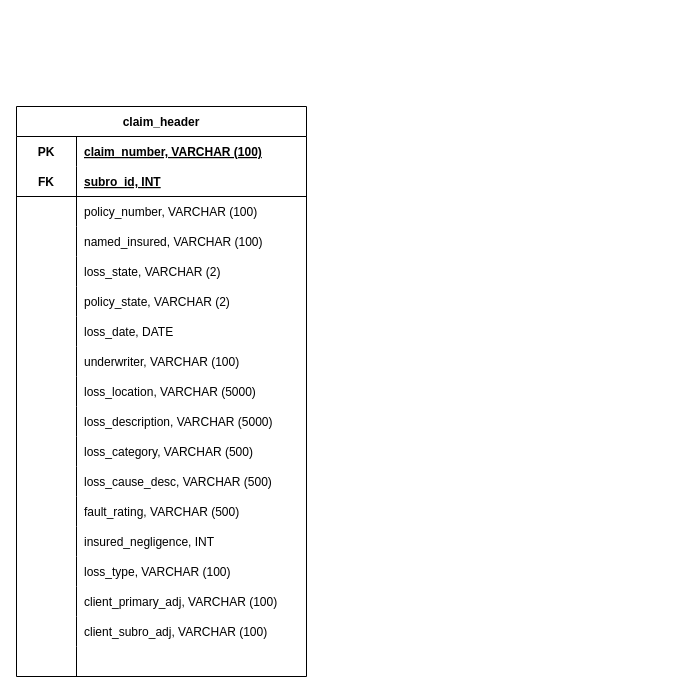
The draw.io diagram Untitled Diagram.drawio in houstonhag/subro-arb, before the edit. Source tidied: cells renumbered, new cells numbered last; positions are measured from the earlier drawing's top-left corner, leaving out a move shared by most shapes. Both pictures are drawn from the tidied source at 100%, with x=0, y=0 at pixel (16, 106).
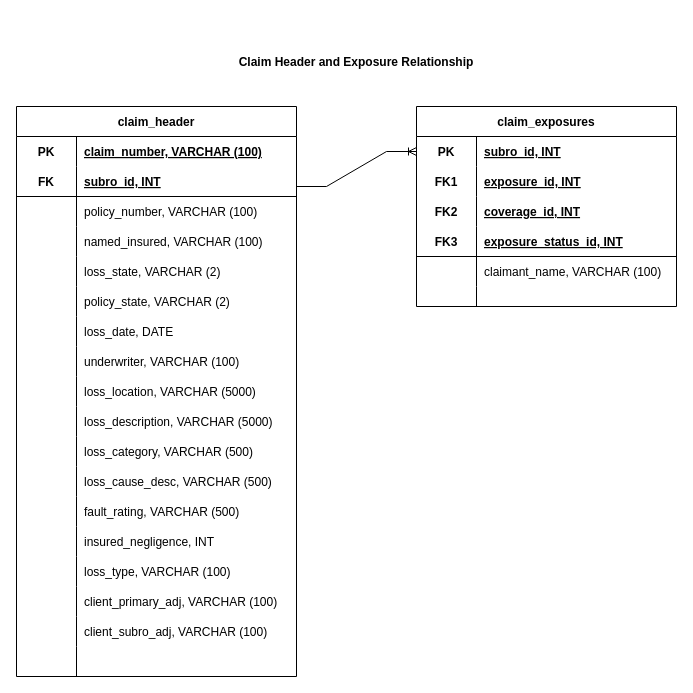
The same diagram, later.

The edit, as a diff of the source:
```diff
@@
     <mxCell id="2" value="claim_header" style="shape=table;startSize=30;childLayout=tableLayout;rowLines=0;fontStyle=1;align=center;" parent="1" vertex="1">
-      <mxGeometry width="290" height="570" as="geometry" />
+      <mxGeometry width="280" height="570" as="geometry" />
     </mxCell>
     <mxCell id="3" style="shape=tableRow;horizontal=0;startSize=0;swimlaneHead=0;swimlaneBody=0;fillColor=none;top=0;left=0;right=0;bottom=0;" parent="2" vertex="1">
-      <mxGeometry y="30" width="290" height="30" as="geometry" />
+      <mxGeometry y="30" width="280" height="30" as="geometry" />
     </mxCell>
@@
     <mxCell id="5" value="claim_number, VARCHAR (100)" style="shape=partialRectangle;fillColor=none;top=0;left=0;bottom=0;right=0;align=left;spacingLeft=6;fontStyle=5;overflow=hidden;" parent="3" vertex="1">
-      <mxGeometry x="60" width="230" height="30" as="geometry" />
+      <mxGeometry x="60" width="220" height="30" as="geometry" />
     </mxCell>
     <mxCell id="6" style="shape=tableRow;horizontal=0;startSize=0;swimlaneHead=0;swimlaneBody=0;fillColor=none;top=0;left=0;right=0;bottom=1;" parent="2" vertex="1">
-      <mxGeometry y="60" width="290" height="30" as="geometry" />
+      <mxGeometry y="60" width="280" height="30" as="geometry" />
     </mxCell>
@@
     <mxCell id="8" value="subro_id, INT" style="shape=partialRectangle;fillColor=none;top=0;left=0;bottom=0;right=0;align=left;spacingLeft=6;fontStyle=5;overflow=hidden;" parent="6" vertex="1">
-      <mxGeometry x="60" width="230" height="30" as="geometry" />
+      <mxGeometry x="60" width="220" height="30" as="geometry" />
     </mxCell>
     <mxCell id="9" style="shape=tableRow;horizontal=0;startSize=0;swimlaneHead=0;swimlaneBody=0;fillColor=none;top=0;left=0;right=0;bottom=0;" parent="2" vertex="1">
-      <mxGeometry y="90" width="290" height="30" as="geometry" />
+      <mxGeometry y="90" width="280" height="30" as="geometry" />
     </mxCell>
@@
     <mxCell id="11" value="policy_number, VARCHAR (100)" style="shape=partialRectangle;fillColor=none;top=0;left=0;bottom=0;right=0;align=left;spacingLeft=6;overflow=hidden;" parent="9" vertex="1">
-      <mxGeometry x="60" width="230" height="30" as="geometry" />
+      <mxGeometry x="60" width="220" height="30" as="geometry" />
     </mxCell>
     <mxCell id="12" style="shape=tableRow;horizontal=0;startSize=0;swimlaneHead=0;swimlaneBody=0;fillColor=none;top=0;left=0;right=0;bottom=0;" parent="2" vertex="1">
-      <mxGeometry y="120" width="290" height="30" as="geometry" />
+      <mxGeometry y="120" width="280" height="30" as="geometry" />
     </mxCell>
@@
     <mxCell id="14" value="named_insured, VARCHAR (100)" style="shape=partialRectangle;fillColor=none;top=0;left=0;bottom=0;right=0;align=left;spacingLeft=6;overflow=hidden;" parent="12" vertex="1">
-      <mxGeometry x="60" width="230" height="30" as="geometry" />
+      <mxGeometry x="60" width="220" height="30" as="geometry" />
     </mxCell>
     <mxCell id="15" style="shape=tableRow;horizontal=0;startSize=0;swimlaneHead=0;swimlaneBody=0;fillColor=none;top=0;left=0;right=0;bottom=0;" parent="2" vertex="1">
-      <mxGeometry y="150" width="290" height="30" as="geometry" />
+      <mxGeometry y="150" width="280" height="30" as="geometry" />
     </mxCell>
@@
     <mxCell id="17" value="loss_state, VARCHAR (2)" style="shape=partialRectangle;fillColor=none;top=0;left=0;bottom=0;right=0;align=left;spacingLeft=6;overflow=hidden;" parent="15" vertex="1">
-      <mxGeometry x="60" width="230" height="30" as="geometry" />
+      <mxGeometry x="60" width="220" height="30" as="geometry" />
     </mxCell>
     <mxCell id="18" style="shape=tableRow;horizontal=0;startSize=0;swimlaneHead=0;swimlaneBody=0;fillColor=none;top=0;left=0;right=0;bottom=0;" parent="2" vertex="1">
-      <mxGeometry y="180" width="290" height="30" as="geometry" />
+      <mxGeometry y="180" width="280" height="30" as="geometry" />
     </mxCell>
@@
     <mxCell id="20" value="policy_state, VARCHAR (2)" style="shape=partialRectangle;fillColor=none;top=0;left=0;bottom=0;right=0;align=left;spacingLeft=6;overflow=hidden;" parent="18" vertex="1">
-      <mxGeometry x="60" width="230" height="30" as="geometry" />
+      <mxGeometry x="60" width="220" height="30" as="geometry" />
     </mxCell>
     <mxCell id="21" style="shape=tableRow;horizontal=0;startSize=0;swimlaneHead=0;swimlaneBody=0;fillColor=none;top=0;left=0;right=0;bottom=0;" parent="2" vertex="1">
-      <mxGeometry y="210" width="290" height="30" as="geometry" />
+      <mxGeometry y="210" width="280" height="30" as="geometry" />
     </mxCell>
@@
     <mxCell id="23" value="loss_date, DATE" style="shape=partialRectangle;fillColor=none;top=0;left=0;bottom=0;right=0;align=left;spacingLeft=6;overflow=hidden;" parent="21" vertex="1">
-      <mxGeometry x="60" width="230" height="30" as="geometry" />
+      <mxGeometry x="60" width="220" height="30" as="geometry" />
     </mxCell>
     <mxCell id="24" style="shape=tableRow;horizontal=0;startSize=0;swimlaneHead=0;swimlaneBody=0;fillColor=none;top=0;left=0;right=0;bottom=0;" parent="2" vertex="1">
-      <mxGeometry y="240" width="290" height="30" as="geometry" />
+      <mxGeometry y="240" width="280" height="30" as="geometry" />
     </mxCell>
@@
     <mxCell id="26" value="underwriter, VARCHAR (100)" style="shape=partialRectangle;fillColor=none;top=0;left=0;bottom=0;right=0;align=left;spacingLeft=6;overflow=hidden;" parent="24" vertex="1">
-      <mxGeometry x="60" width="230" height="30" as="geometry" />
+      <mxGeometry x="60" width="220" height="30" as="geometry" />
     </mxCell>
     <mxCell id="27" style="shape=tableRow;horizontal=0;startSize=0;swimlaneHead=0;swimlaneBody=0;fillColor=none;top=0;left=0;right=0;bottom=0;" parent="2" vertex="1">
-      <mxGeometry y="270" width="290" height="30" as="geometry" />
+      <mxGeometry y="270" width="280" height="30" as="geometry" />
     </mxCell>
@@
     <mxCell id="29" value="loss_location, VARCHAR (5000)" style="shape=partialRectangle;fillColor=none;top=0;left=0;bottom=0;right=0;align=left;spacingLeft=6;overflow=hidden;" parent="27" vertex="1">
-      <mxGeometry x="60" width="230" height="30" as="geometry" />
+      <mxGeometry x="60" width="220" height="30" as="geometry" />
     </mxCell>
     <mxCell id="30" style="shape=tableRow;horizontal=0;startSize=0;swimlaneHead=0;swimlaneBody=0;fillColor=none;top=0;left=0;right=0;bottom=0;" parent="2" vertex="1">
-      <mxGeometry y="300" width="290" height="30" as="geometry" />
+      <mxGeometry y="300" width="280" height="30" as="geometry" />
     </mxCell>
@@
     <mxCell id="32" value="loss_description, VARCHAR (5000)" style="shape=partialRectangle;fillColor=none;top=0;left=0;bottom=0;right=0;align=left;spacingLeft=6;overflow=hidden;" parent="30" vertex="1">
-      <mxGeometry x="60" width="230" height="30" as="geometry" />
+      <mxGeometry x="60" width="220" height="30" as="geometry" />
     </mxCell>
     <mxCell id="33" style="shape=tableRow;horizontal=0;startSize=0;swimlaneHead=0;swimlaneBody=0;fillColor=none;top=0;left=0;right=0;bottom=0;" parent="2" vertex="1">
-      <mxGeometry y="330" width="290" height="30" as="geometry" />
+      <mxGeometry y="330" width="280" height="30" as="geometry" />
     </mxCell>
@@
     <mxCell id="35" value="loss_category, VARCHAR (500)" style="shape=partialRectangle;fillColor=none;top=0;left=0;bottom=0;right=0;align=left;spacingLeft=6;overflow=hidden;" parent="33" vertex="1">
-      <mxGeometry x="60" width="230" height="30" as="geometry" />
+      <mxGeometry x="60" width="220" height="30" as="geometry" />
     </mxCell>
     <mxCell id="36" style="shape=tableRow;horizontal=0;startSize=0;swimlaneHead=0;swimlaneBody=0;fillColor=none;top=0;left=0;right=0;bottom=0;" parent="2" vertex="1">
-      <mxGeometry y="360" width="290" height="30" as="geometry" />
+      <mxGeometry y="360" width="280" height="30" as="geometry" />
     </mxCell>
@@
     <mxCell id="38" value="loss_cause_desc, VARCHAR (500)" style="shape=partialRectangle;fillColor=none;top=0;left=0;bottom=0;right=0;align=left;spacingLeft=6;overflow=hidden;" parent="36" vertex="1">
-      <mxGeometry x="60" width="230" height="30" as="geometry" />
+      <mxGeometry x="60" width="220" height="30" as="geometry" />
     </mxCell>
     <mxCell id="39" style="shape=tableRow;horizontal=0;startSize=0;swimlaneHead=0;swimlaneBody=0;fillColor=none;top=0;left=0;right=0;bottom=0;" parent="2" vertex="1">
-      <mxGeometry y="390" width="290" height="30" as="geometry" />
+      <mxGeometry y="390" width="280" height="30" as="geometry" />
     </mxCell>
@@
     <mxCell id="41" value="fault_rating, VARCHAR (500)" style="shape=partialRectangle;fillColor=none;top=0;left=0;bottom=0;right=0;align=left;spacingLeft=6;overflow=hidden;" parent="39" vertex="1">
-      <mxGeometry x="60" width="230" height="30" as="geometry" />
+      <mxGeometry x="60" width="220" height="30" as="geometry" />
     </mxCell>
     <mxCell id="42" style="shape=tableRow;horizontal=0;startSize=0;swimlaneHead=0;swimlaneBody=0;fillColor=none;top=0;left=0;right=0;bottom=0;" parent="2" vertex="1">
-      <mxGeometry y="420" width="290" height="30" as="geometry" />
+      <mxGeometry y="420" width="280" height="30" as="geometry" />
     </mxCell>
@@
     <mxCell id="44" value="insured_negligence, INT" style="shape=partialRectangle;fillColor=none;top=0;left=0;bottom=0;right=0;align=left;spacingLeft=6;overflow=hidden;" parent="42" vertex="1">
-      <mxGeometry x="60" width="230" height="30" as="geometry" />
+      <mxGeometry x="60" width="220" height="30" as="geometry" />
     </mxCell>
     <mxCell id="45" style="shape=tableRow;horizontal=0;startSize=0;swimlaneHead=0;swimlaneBody=0;fillColor=none;top=0;left=0;right=0;bottom=0;" parent="2" vertex="1">
-      <mxGeometry y="450" width="290" height="30" as="geometry" />
+      <mxGeometry y="450" width="280" height="30" as="geometry" />
     </mxCell>
@@
     <mxCell id="47" value="loss_type, VARCHAR (100)" style="shape=partialRectangle;fillColor=none;top=0;left=0;bottom=0;right=0;align=left;spacingLeft=6;overflow=hidden;" parent="45" vertex="1">
-      <mxGeometry x="60" width="230" height="30" as="geometry" />
+      <mxGeometry x="60" width="220" height="30" as="geometry" />
     </mxCell>
     <mxCell id="48" style="shape=tableRow;horizontal=0;startSize=0;swimlaneHead=0;swimlaneBody=0;fillColor=none;top=0;left=0;right=0;bottom=0;" parent="2" vertex="1">
-      <mxGeometry y="480" width="290" height="30" as="geometry" />
+      <mxGeometry y="480" width="280" height="30" as="geometry" />
     </mxCell>
@@
     <mxCell id="50" value="client_primary_adj, VARCHAR (100)" style="shape=partialRectangle;fillColor=none;top=0;left=0;bottom=0;right=0;align=left;spacingLeft=6;overflow=hidden;" parent="48" vertex="1">
-      <mxGeometry x="60" width="230" height="30" as="geometry" />
+      <mxGeometry x="60" width="220" height="30" as="geometry" />
     </mxCell>
     <mxCell id="51" style="shape=tableRow;horizontal=0;startSize=0;swimlaneHead=0;swimlaneBody=0;fillColor=none;top=0;left=0;right=0;bottom=0;" parent="2" vertex="1">
-      <mxGeometry y="510" width="290" height="30" as="geometry" />
+      <mxGeometry y="510" width="280" height="30" as="geometry" />
     </mxCell>
@@
     <mxCell id="53" value="client_subro_adj, VARCHAR (100)" style="shape=partialRectangle;fillColor=none;top=0;left=0;bottom=0;right=0;align=left;spacingLeft=6;overflow=hidden;" parent="51" vertex="1">
-      <mxGeometry x="60" width="230" height="30" as="geometry" />
+      <mxGeometry x="60" width="220" height="30" as="geometry" />
     </mxCell>
     <mxCell id="54" style="shape=tableRow;horizontal=0;startSize=0;swimlaneHead=0;swimlaneBody=0;fillColor=none;top=0;left=0;right=0;bottom=0;" parent="2" vertex="1">
-      <mxGeometry y="540" width="290" height="30" as="geometry" />
+      <mxGeometry y="540" width="280" height="30" as="geometry" />
     </mxCell>
@@
     <mxCell id="56" style="shape=partialRectangle;fillColor=none;top=0;left=0;bottom=0;right=0;align=left;spacingLeft=6;overflow=hidden;" parent="54" vertex="1">
-      <mxGeometry x="60" width="230" height="30" as="geometry" />
+      <mxGeometry x="60" width="220" height="30" as="geometry" />
     </mxCell>
+    <mxCell id="57" value="claim_exposures" style="shape=table;startSize=30;childLayout=tableLayout;rowLines=0;fontStyle=1;align=center;" parent="1" vertex="1">
+      <mxGeometry x="400" width="260" height="200" as="geometry" />
+    </mxCell>
+    <mxCell id="58" style="shape=tableRow;horizontal=0;startSize=0;swimlaneHead=0;swimlaneBody=0;fillColor=none;points=[[0,0.5],[1,0.5]];portConstraint=eastwest;top=0;left=0;right=0;bottom=0;" parent="57" vertex="1">
+      <mxGeometry y="30" width="260" height="30" as="geometry" />
+    </mxCell>
+    <mxCell id="59" value="PK" style="shape=partialRectangle;fillColor=none;top=0;left=0;bottom=0;right=0;fontStyle=1;overflow=hidden;" parent="58" vertex="1">
+      <mxGeometry width="60" height="30" as="geometry" />
+    </mxCell>
+    <mxCell id="60" value="subro_id, INT" style="shape=partialRectangle;fillColor=none;top=0;left=0;bottom=0;right=0;align=left;spacingLeft=6;fontStyle=5;overflow=hidden;" parent="58" vertex="1">
+      <mxGeometry x="60" width="200" height="30" as="geometry" />
+    </mxCell>
+    <mxCell id="61" style="shape=tableRow;horizontal=0;startSize=0;swimlaneHead=0;swimlaneBody=0;fillColor=none;top=0;left=0;right=0;bottom=0;" parent="57" vertex="1">
+      <mxGeometry y="60" width="260" height="30" as="geometry" />
+    </mxCell>
+    <mxCell id="62" value="FK1" style="shape=partialRectangle;fillColor=none;top=0;left=0;bottom=0;right=0;fontStyle=1;overflow=hidden;" parent="61" vertex="1">
+      <mxGeometry width="60" height="30" as="geometry" />
+    </mxCell>
+    <mxCell id="63" value="exposure_id, INT" style="shape=partialRectangle;fillColor=none;top=0;left=0;bottom=0;right=0;align=left;spacingLeft=6;fontStyle=5;overflow=hidden;" parent="61" vertex="1">
+      <mxGeometry x="60" width="200" height="30" as="geometry" />
+    </mxCell>
+    <mxCell id="64" style="shape=tableRow;horizontal=0;startSize=0;swimlaneHead=0;swimlaneBody=0;fillColor=none;top=0;left=0;right=0;bottom=0;" parent="57" vertex="1">
+      <mxGeometry y="90" width="260" height="30" as="geometry" />
+    </mxCell>
+    <mxCell id="65" value="FK2" style="shape=partialRectangle;fillColor=none;top=0;left=0;bottom=0;right=0;fontStyle=1;overflow=hidden;" parent="64" vertex="1">
+      <mxGeometry width="60" height="30" as="geometry" />
+    </mxCell>
+    <mxCell id="66" value="coverage_id, INT" style="shape=partialRectangle;fillColor=none;top=0;left=0;bottom=0;right=0;align=left;spacingLeft=6;fontStyle=5;overflow=hidden;" parent="64" vertex="1">
+      <mxGeometry x="60" width="200" height="30" as="geometry" />
+    </mxCell>
+    <mxCell id="67" style="shape=tableRow;horizontal=0;startSize=0;swimlaneHead=0;swimlaneBody=0;fillColor=none;top=0;left=0;right=0;bottom=1;" parent="57" vertex="1">
+      <mxGeometry y="120" width="260" height="30" as="geometry" />
+    </mxCell>
+    <mxCell id="68" value="FK3" style="shape=partialRectangle;fillColor=none;top=0;left=0;bottom=0;right=0;fontStyle=1;overflow=hidden;" parent="67" vertex="1">
+      <mxGeometry width="60" height="30" as="geometry" />
+    </mxCell>
+    <mxCell id="69" value="exposure_status_id, INT" style="shape=partialRectangle;fillColor=none;top=0;left=0;bottom=0;right=0;align=left;spacingLeft=6;fontStyle=5;overflow=hidden;" parent="67" vertex="1">
+      <mxGeometry x="60" width="200" height="30" as="geometry" />
+    </mxCell>
+    <mxCell id="70" style="shape=tableRow;horizontal=0;startSize=0;swimlaneHead=0;swimlaneBody=0;fillColor=none;top=0;left=0;right=0;bottom=0;" parent="57" vertex="1">
+      <mxGeometry y="150" width="260" height="30" as="geometry" />
+    </mxCell>
+    <mxCell id="71" style="shape=partialRectangle;fillColor=none;top=0;left=0;bottom=0;right=0;overflow=hidden;" parent="70" vertex="1">
+      <mxGeometry width="60" height="30" as="geometry" />
+    </mxCell>
+    <mxCell id="72" value="claimant_name, VARCHAR (100)" style="shape=partialRectangle;fillColor=none;top=0;left=0;bottom=0;right=0;align=left;spacingLeft=6;overflow=hidden;" parent="70" vertex="1">
+      <mxGeometry x="60" width="200" height="30" as="geometry" />
+    </mxCell>
+    <mxCell id="73" style="shape=tableRow;horizontal=0;startSize=0;swimlaneHead=0;swimlaneBody=0;fillColor=none;top=0;left=0;right=0;bottom=0;" parent="57" vertex="1">
+      <mxGeometry y="180" width="260" height="20" as="geometry" />
+    </mxCell>
+    <mxCell id="74" style="shape=partialRectangle;fillColor=none;top=0;left=0;bottom=0;right=0;overflow=hidden;" parent="73" vertex="1">
+      <mxGeometry width="60" height="20" as="geometry" />
+    </mxCell>
+    <mxCell id="75" style="shape=partialRectangle;fillColor=none;top=0;left=0;bottom=0;right=0;align=left;spacingLeft=6;overflow=hidden;" parent="73" vertex="1">
+      <mxGeometry x="60" width="200" height="20" as="geometry" />
+    </mxCell>
+    <mxCell id="76" style="edgeStyle=entityRelationEdgeStyle;fontSize=12;html=1;endArrow=ERoneToMany;rounded=0;elbow=vertical;entryX=0;entryY=0.5;entryDx=0;entryDy=0;" parent="1" edge="1" target="58">
+      <mxGeometry relative="1" as="geometry">
+        <mxPoint x="280" y="80" as="sourcePoint" />
+      </mxGeometry>
+    </mxCell>
+    <mxCell id="77" value="Claim Header and Exposure Relationship" style="text;align=center;fontStyle=1;verticalAlign=middle;spacingLeft=3;spacingRight=3;strokeColor=none;" parent="1" vertex="1">
+      <mxGeometry x="190" y="-90" width="300" height="90" as="geometry" />
+    </mxCell>
```
